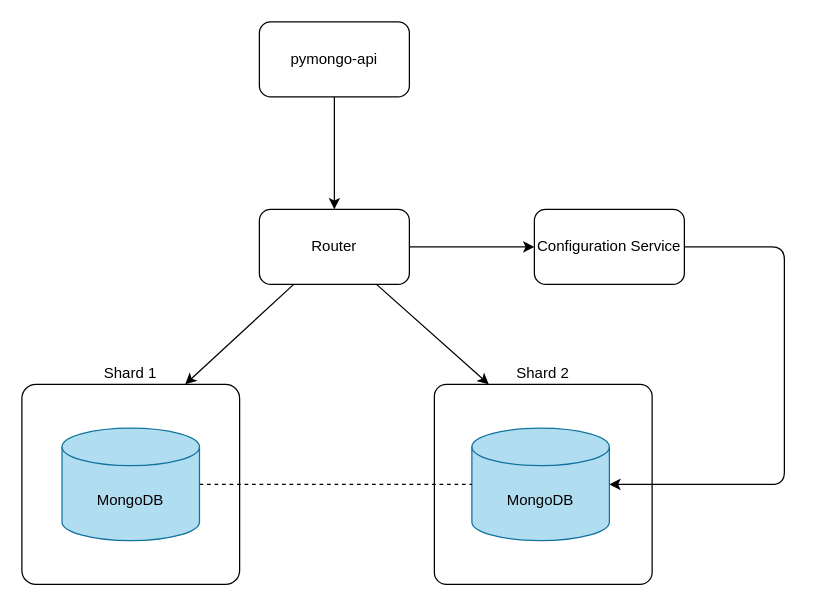
binom1982/yandex-practicum-architecture-pro--black_friday keeps this draw.io diagram as page "Option 1" (1 of 3) of tasks.drawio. Above is the earlier version. Source tidied: cells renumbered, new cells numbered last; positions are measured from the earlier drawing's top-left corner, leaving out a move shared by most shapes. Both pictures are drawn from the tidied source at 125%, with x=0, y=0 at pixel (21, 21).
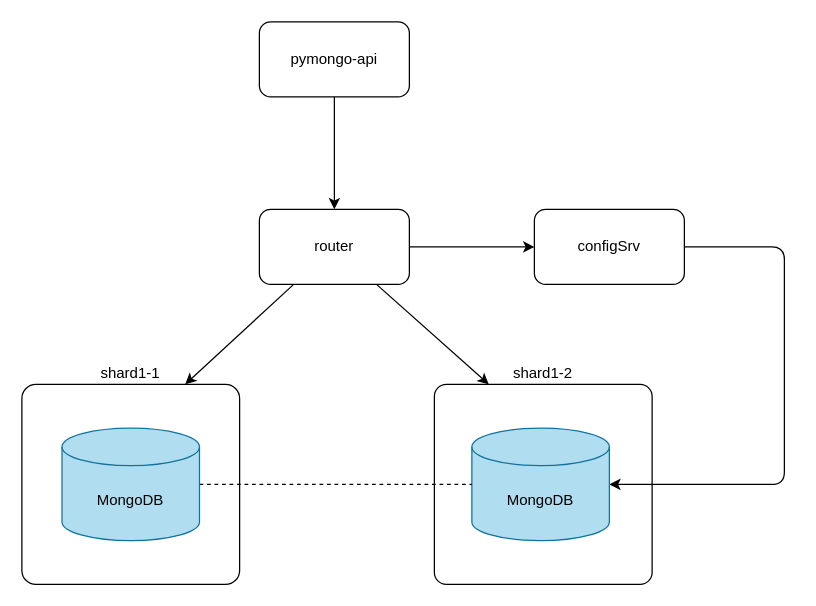
Above is the later version.

The edit, as a diff of the source:
```diff
@@
 <mxGraphModel>
   <root>
     <mxCell id="0" />
     <mxCell id="1" parent="0" />
-    <mxCell id="2" value="Shard 2" style="rounded=1;whiteSpace=wrap;html=1;labelPosition=center;verticalLabelPosition=top;align=center;verticalAlign=bottom;arcSize=6;" parent="1" vertex="1">
+    <mxCell id="2" value="shard1-2" style="rounded=1;whiteSpace=wrap;html=1;labelPosition=center;verticalLabelPosition=top;align=center;verticalAlign=bottom;arcSize=6;" parent="1" vertex="1">
       <mxGeometry x="330" y="290" width="174.2" height="160" as="geometry" />
     </mxCell>
     <mxCell id="3" value="pymongo-api" style="rounded=1;whiteSpace=wrap;html=1;" parent="1" vertex="1">
       <mxGeometry x="190" width="120" height="60" as="geometry" />
     </mxCell>
     <mxCell id="4" style="edgeStyle=orthogonalEdgeStyle;rounded=0;jettySize=auto;html=1;exitX=0.5;exitY=1;exitDx=0;exitDy=0;" parent="1" edge="1" source="3" target="8">
       <mxGeometry relative="1" as="geometry" />
     </mxCell>
     <mxCell id="5" style="edgeStyle=none;html=1;entryX=0.75;entryY=0;entryDx=0;entryDy=0;" parent="1" edge="1" source="8" target="11">
       <mxGeometry relative="1" as="geometry" />
     </mxCell>
     <mxCell id="6" style="edgeStyle=none;html=1;entryX=0.25;entryY=0;entryDx=0;entryDy=0;" parent="1" edge="1" source="8" target="2">
       <mxGeometry relative="1" as="geometry" />
     </mxCell>
     <mxCell id="7" style="edgeStyle=none;html=1;entryX=0;entryY=0.5;entryDx=0;entryDy=0;" parent="1" edge="1" source="8" target="10">
       <mxGeometry relative="1" as="geometry" />
     </mxCell>
-    <mxCell id="8" value="Router" style="rounded=1;whiteSpace=wrap;html=1;" parent="1" vertex="1">
+    <mxCell id="8" value="router" style="rounded=1;whiteSpace=wrap;html=1;" parent="1" vertex="1">
       <mxGeometry x="190" y="150" width="120" height="60" as="geometry" />
     </mxCell>
     <mxCell id="9" style="edgeStyle=none;html=1;entryX=1;entryY=0.5;entryDx=0;entryDy=0;entryPerimeter=0;exitX=1;exitY=0.5;exitDx=0;exitDy=0;" parent="1" edge="1" source="10" target="12">
       <mxGeometry relative="1" as="geometry">
         <Array as="points">
           <mxPoint x="610" y="180" />
           <mxPoint x="610" y="370" />
         </Array>
       </mxGeometry>
     </mxCell>
-    <mxCell id="10" value="Configuration Service" style="rounded=1;whiteSpace=wrap;html=1;" parent="1" vertex="1">
+    <mxCell id="10" value="configSrv" style="rounded=1;whiteSpace=wrap;html=1;" parent="1" vertex="1">
       <mxGeometry x="410" y="150" width="120" height="60" as="geometry" />
     </mxCell>
-    <mxCell id="11" value="Shard 1" style="rounded=1;whiteSpace=wrap;html=1;labelPosition=center;verticalLabelPosition=top;align=center;verticalAlign=bottom;arcSize=7;" parent="1" vertex="1">
+    <mxCell id="11" value="shard1-1" style="rounded=1;whiteSpace=wrap;html=1;labelPosition=center;verticalLabelPosition=top;align=center;verticalAlign=bottom;arcSize=7;" parent="1" vertex="1">
       <mxGeometry y="290" width="174.2" height="160" as="geometry" />
     </mxCell>
     <mxCell id="12" value="MongoDB" style="shape=cylinder3;whiteSpace=wrap;html=1;boundedLbl=1;backgroundOutline=1;size=15;fillColor=#b1ddf0;strokeColor=#10739e;" parent="1" vertex="1">
       <mxGeometry x="360" y="325" width="110" height="90" as="geometry" />
     </mxCell>
     <mxCell id="13" style="edgeStyle=none;html=1;endArrow=none;endFill=0;dashed=1;" parent="1" edge="1" source="14" target="12">
       <mxGeometry relative="1" as="geometry" />
     </mxCell>
     <mxCell id="14" value="MongoDB" style="shape=cylinder3;whiteSpace=wrap;html=1;boundedLbl=1;backgroundOutline=1;size=15;fillColor=#b1ddf0;strokeColor=#10739e;" parent="1" vertex="1">
       <mxGeometry x="32.1" y="325" width="110" height="90" as="geometry" />
     </mxCell>
   </root>
 </mxGraphModel>
```
